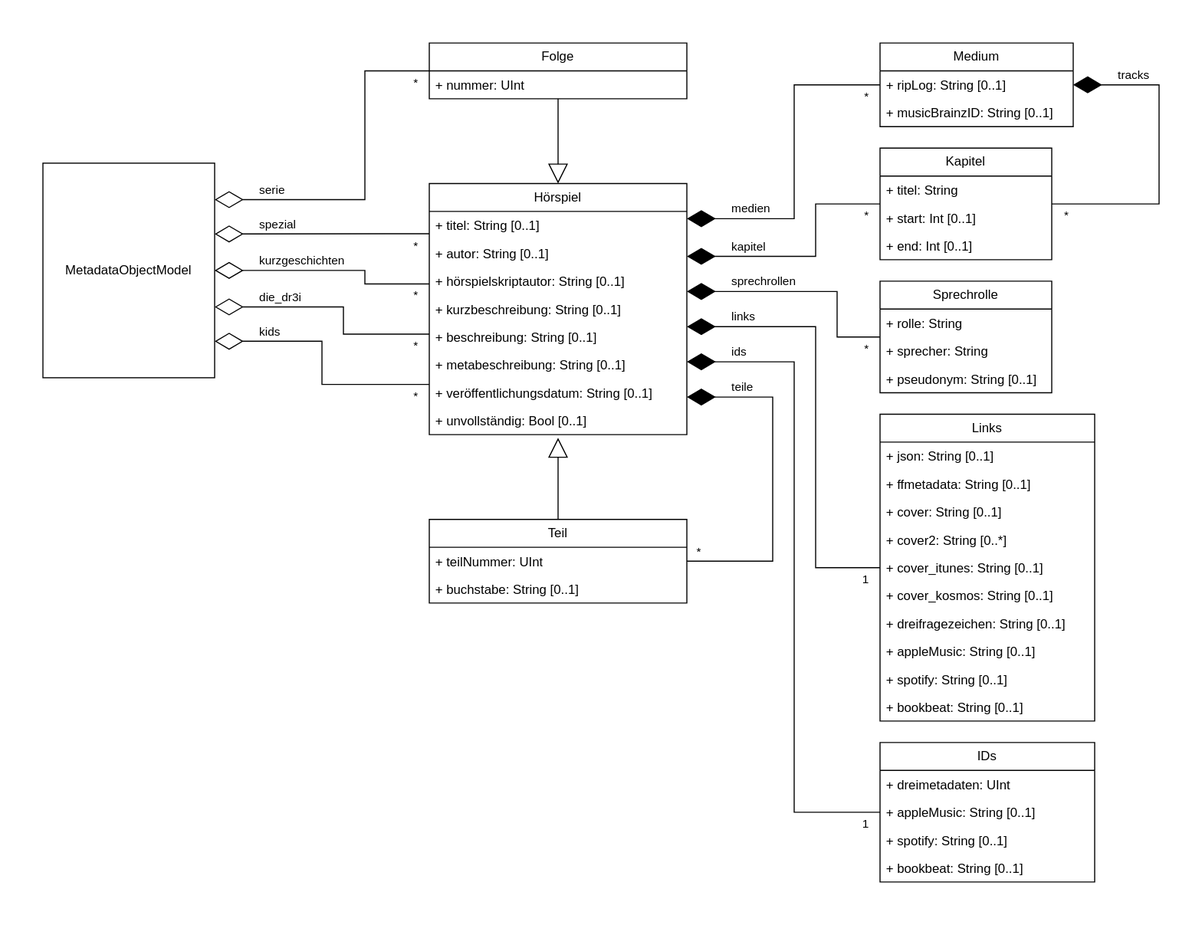
Earlier version of the draw.io export model/objectModel.svg (YourMJK/dreimetadaten). Source tidied: cells renumbered, new cells last; positions are measured from the earlier drawing's top-left corner, leaving out a move shared by most shapes.
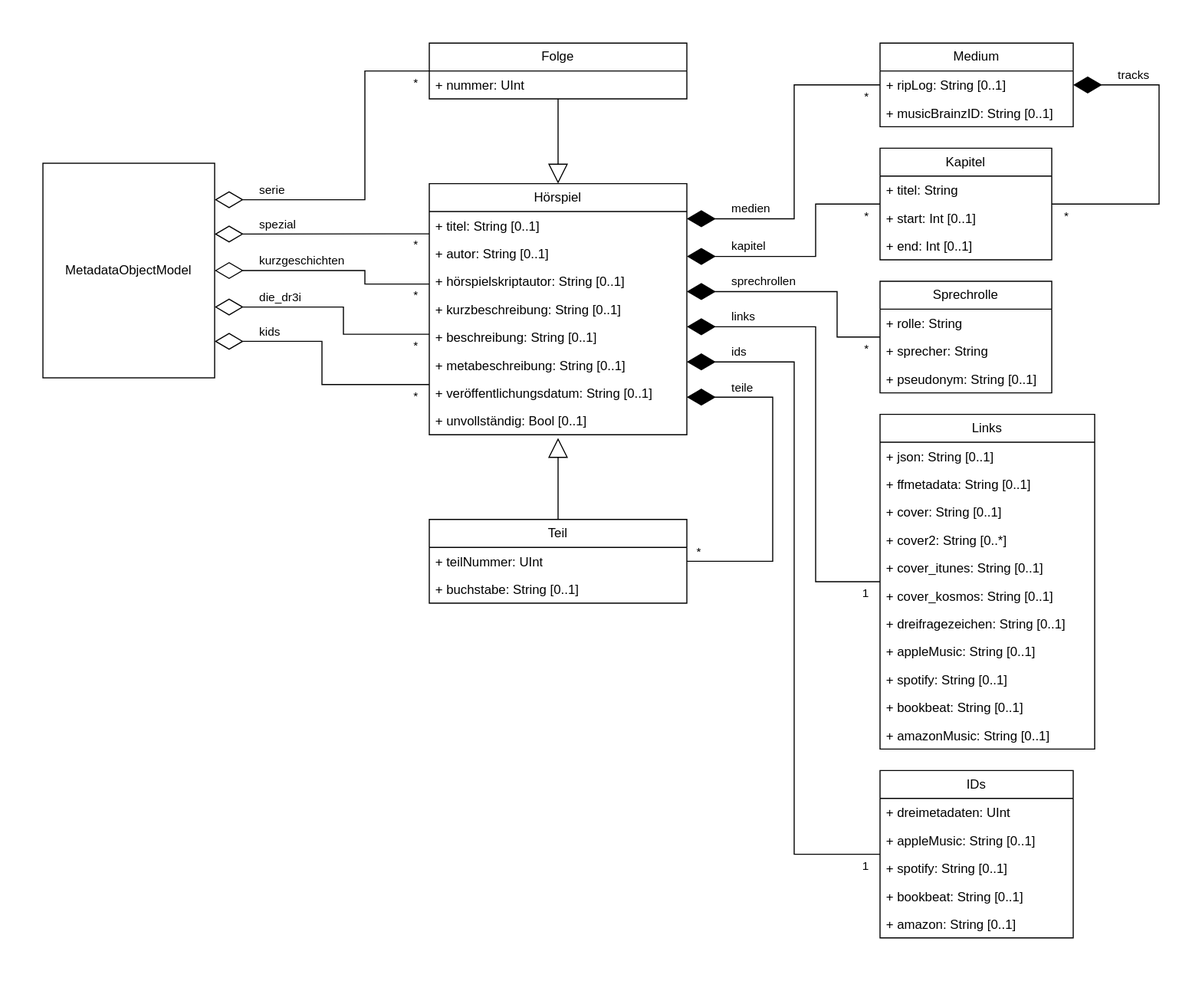
After the change.

Commit message:
code: Added Amazon Music ID and URL to models (#68)

What changed in the source:
```diff
@@ -258,7 +258,7 @@
       <mxGeometry relative="1" as="geometry" />
     </mxCell>
     <mxCell id="60" value="Links" style="swimlane;fontStyle=0;horizontal=1;startSize=26;fillColor=none;whiteSpace=wrap;html=1;" parent="1" vertex="1">
-      <mxGeometry x="780" y="346" width="200" height="286" as="geometry" />
+      <mxGeometry x="780" y="346" width="200" height="312" as="geometry" />
     </mxCell>
     <mxCell id="61" value="+ json: String [0..1]" style="text;strokeColor=none;fillColor=none;align=left;verticalAlign=top;spacingLeft=4;spacingRight=4;overflow=hidden;whiteSpace=wrap;html=1;" parent="60" vertex="1">
       <mxGeometry y="26" width="200" height="26" as="geometry" />
@@ -290,6 +290,9 @@
     <mxCell id="70" value="+ bookbeat: String [0..1]" style="text;strokeColor=none;fillColor=none;align=left;verticalAlign=top;spacingLeft=4;spacingRight=4;overflow=hidden;whiteSpace=wrap;html=1;" parent="60" vertex="1">
       <mxGeometry y="260" width="200" height="26" as="geometry" />
     </mxCell>
+    <mxCell id="82" value="+ amazonMusic: String [0..1]" style="text;strokeColor=none;fillColor=none;align=left;verticalAlign=top;spacingLeft=4;spacingRight=4;overflow=hidden;whiteSpace=wrap;html=1;" parent="60" vertex="1">
+      <mxGeometry y="286" width="200" height="26" as="geometry" />
+    </mxCell>
     <mxCell id="71" style="endArrow=diamondThin;endFill=0;endSize=24;html=1;rounded=0;entryX=1;entryY=0.83;entryDx=0;entryDy=0;entryPerimeter=0;edgeStyle=elbowEdgeStyle;exitX=0;exitY=0.8;exitDx=0;exitDy=0;exitPerimeter=0;" parent="1" edge="1" source="3" target="2">
       <mxGeometry relative="1" as="geometry">
         <Array as="points">
@@ -308,20 +311,23 @@
       </mxGeometry>
     </mxCell>
     <mxCell id="74" value="IDs" style="swimlane;fontStyle=0;horizontal=1;startSize=26;fillColor=none;whiteSpace=wrap;html=1;" parent="1" vertex="1">
-      <mxGeometry x="780" y="652" width="200" height="130" as="geometry" />
+      <mxGeometry x="780" y="678" width="180" height="156" as="geometry" />
     </mxCell>
     <mxCell id="75" value="+ dreimetadaten: UInt" style="text;strokeColor=none;fillColor=none;align=left;verticalAlign=top;spacingLeft=4;spacingRight=4;overflow=hidden;whiteSpace=wrap;html=1;" parent="74" vertex="1">
-      <mxGeometry y="26" width="200" height="26" as="geometry" />
+      <mxGeometry y="26" width="180" height="26" as="geometry" />
     </mxCell>
     <mxCell id="76" value="+ appleMusic: String [0..1]" style="text;strokeColor=none;fillColor=none;align=left;verticalAlign=top;spacingLeft=4;spacingRight=4;overflow=hidden;whiteSpace=wrap;html=1;" parent="74" vertex="1">
-      <mxGeometry y="52" width="200" height="26" as="geometry" />
+      <mxGeometry y="52" width="180" height="26" as="geometry" />
     </mxCell>
     <mxCell id="77" value="+ spotify: String [0..1]" style="text;strokeColor=none;fillColor=none;align=left;verticalAlign=top;spacingLeft=4;spacingRight=4;overflow=hidden;whiteSpace=wrap;html=1;" parent="74" vertex="1">
-      <mxGeometry y="78" width="200" height="26" as="geometry" />
+      <mxGeometry y="78" width="180" height="26" as="geometry" />
     </mxCell>
     <mxCell id="78" value="+ bookbeat: String [0..1]" style="text;strokeColor=none;fillColor=none;align=left;verticalAlign=top;spacingLeft=4;spacingRight=4;overflow=hidden;whiteSpace=wrap;html=1;" parent="74" vertex="1">
-      <mxGeometry y="104" width="200" height="26" as="geometry" />
+      <mxGeometry y="104" width="180" height="26" as="geometry" />
     </mxCell>
+    <mxCell id="83" value="+ amazon: String [0..1]" style="text;strokeColor=none;fillColor=none;align=left;verticalAlign=top;spacingLeft=4;spacingRight=4;overflow=hidden;whiteSpace=wrap;html=1;" parent="74" vertex="1">
+      <mxGeometry y="130" width="180" height="26" as="geometry" />
+    </mxCell>
     <mxCell id="79" style="endArrow=diamondThin;endFill=1;endSize=24;html=1;rounded=0;edgeStyle=elbowEdgeStyle;entryX=1;entryY=0.71;entryDx=0;entryDy=0;entryPerimeter=0;exitX=0;exitY=0.5;exitDx=0;exitDy=0;" parent="1" edge="1" source="74" target="3">
       <mxGeometry relative="1" as="geometry">
         <Array as="points">
```
